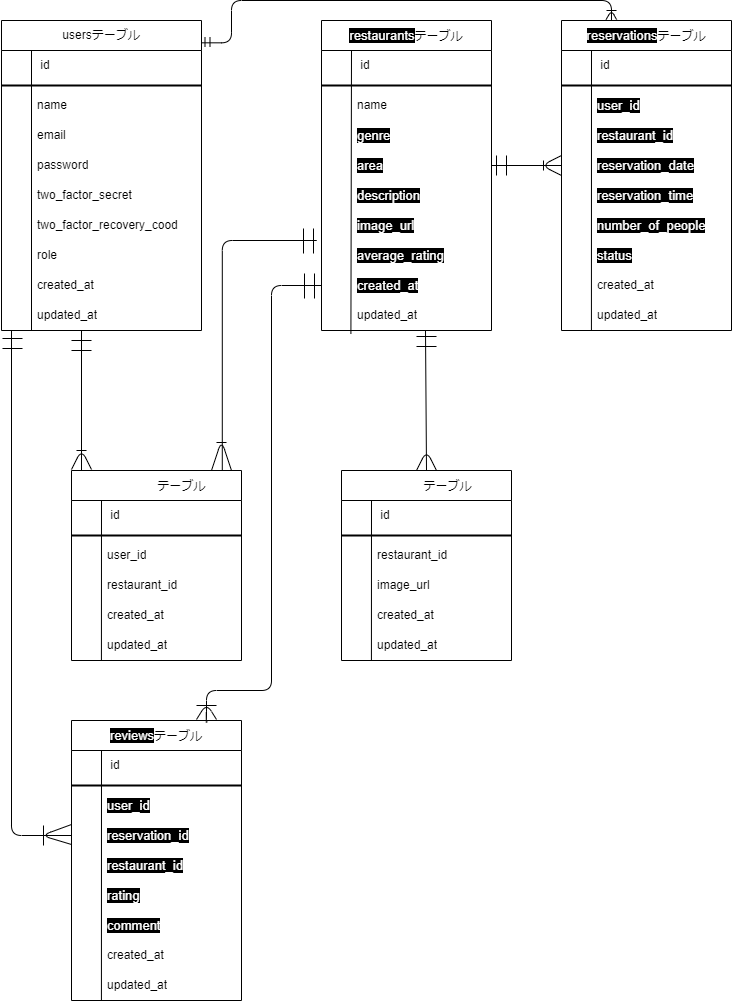
This is src/index.drawio.png from simanuki0923/Reservation-System, a draw.io export, as it was before one commit. Source tidied: cells renumbered, new cells last; positions are measured from the earlier drawing's top-left corner, leaving out a move shared by most shapes.
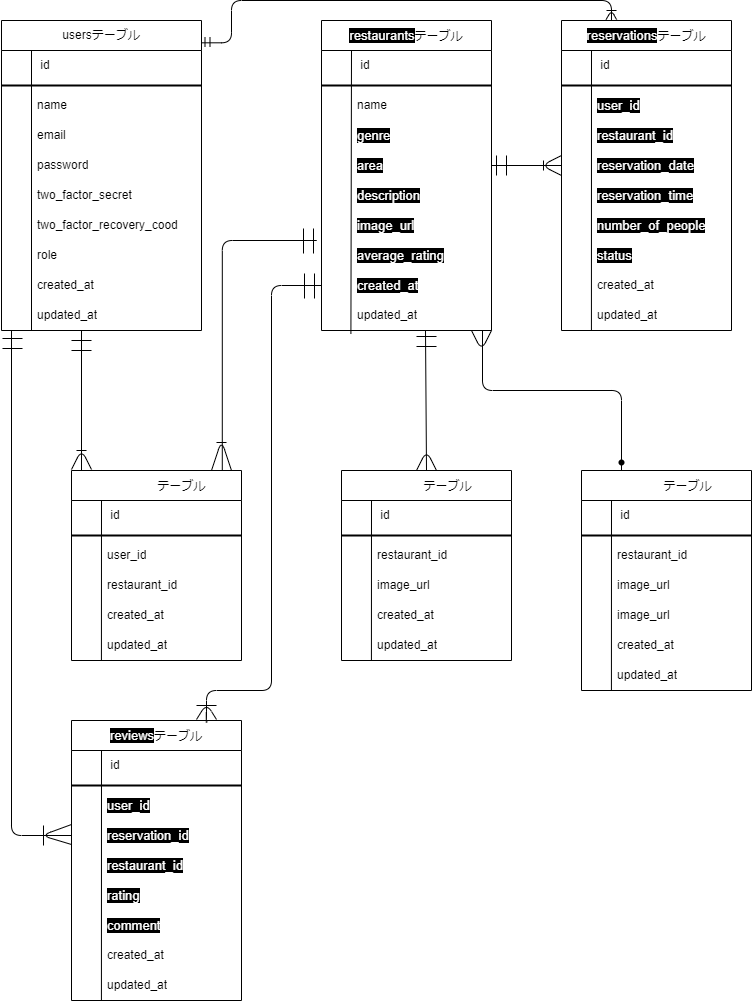
Later version of the same file.

Diff of the diagram source:
```diff
@@ -368,5 +368,56 @@
         </Array>
       </mxGeometry>
     </mxCell>
+    <mxCell id="92" value="&lt;div style=&quot;text-align: start;&quot;&gt;&lt;span style=&quot;background-color: initial;&quot;&gt;&lt;font face=&quot;Arial&quot; color=&quot;#ffffff&quot;&gt;&lt;span style=&quot;font-size: 13.3333px;&quot;&gt;admins&lt;/span&gt;&lt;/font&gt;テーブル&lt;/span&gt;&lt;/div&gt;" style="swimlane;fontStyle=0;horizontal=1;startSize=30;whiteSpace=wrap;html=1;" parent="1" vertex="1">
+      <mxGeometry x="580" y="470" width="170" height="220" as="geometry" />
+    </mxCell>
+    <mxCell id="93" value="&amp;nbsp; &amp;nbsp; &amp;nbsp; &amp;nbsp; &amp;nbsp; id" style="text;strokeColor=none;fillColor=none;align=left;verticalAlign=middle;spacingLeft=4;spacingRight=4;overflow=hidden;whiteSpace=wrap;html=1;" parent="92" vertex="1">
+      <mxGeometry y="30" width="170" height="30" as="geometry" />
+    </mxCell>
+    <mxCell id="94" style="line;strokeWidth=2;html=1;" parent="92" vertex="1">
+      <mxGeometry y="60" width="170" height="10" as="geometry" />
+    </mxCell>
+    <mxCell id="95" style="endArrow=none;html=1;exitX=0.176;exitY=1;exitDx=0;exitDy=0;exitPerimeter=0;" parent="92" edge="1" source="100">
+      <mxGeometry relative="1" as="geometry">
+        <mxPoint x="30" y="30" as="targetPoint" />
+      </mxGeometry>
+    </mxCell>
+    <mxCell id="96" value="&amp;nbsp; &amp;nbsp; &amp;nbsp; &amp;nbsp; &amp;nbsp;restaurant_id" style="text;strokeColor=none;fillColor=none;align=left;verticalAlign=middle;spacingLeft=4;spacingRight=4;overflow=hidden;whiteSpace=wrap;html=1;" parent="92" vertex="1">
+      <mxGeometry y="70" width="170" height="30" as="geometry" />
+    </mxCell>
+    <mxCell id="97" value="&amp;nbsp; &amp;nbsp; &amp;nbsp; &amp;nbsp; &amp;nbsp;image_url" style="text;strokeColor=none;fillColor=none;align=left;verticalAlign=middle;spacingLeft=4;spacingRight=4;overflow=hidden;whiteSpace=wrap;html=1;" parent="92" vertex="1">
+      <mxGeometry y="100" width="170" height="30" as="geometry" />
+    </mxCell>
+    <mxCell id="98" value="&amp;nbsp; &amp;nbsp; &amp;nbsp; &amp;nbsp; &amp;nbsp;image_url" style="text;strokeColor=none;fillColor=none;align=left;verticalAlign=middle;spacingLeft=4;spacingRight=4;overflow=hidden;whiteSpace=wrap;html=1;" parent="92" vertex="1">
+      <mxGeometry y="130" width="170" height="30" as="geometry" />
+    </mxCell>
+    <mxCell id="99" value="&amp;nbsp; &amp;nbsp; &amp;nbsp; &amp;nbsp; &amp;nbsp;created_at" style="text;strokeColor=none;fillColor=none;align=left;verticalAlign=middle;spacingLeft=4;spacingRight=4;overflow=hidden;whiteSpace=wrap;html=1;" parent="92" vertex="1">
+      <mxGeometry y="160" width="170" height="30" as="geometry" />
+    </mxCell>
+    <mxCell id="100" value="&amp;nbsp; &amp;nbsp; &amp;nbsp; &amp;nbsp; &amp;nbsp;updated_at" style="text;strokeColor=none;fillColor=none;align=left;verticalAlign=middle;spacingLeft=4;spacingRight=4;overflow=hidden;points=[[0,0.5],[1,0.5]];portConstraint=eastwest;whiteSpace=wrap;html=1;" parent="92" vertex="1">
+      <mxGeometry y="190" width="170" height="30" as="geometry" />
+    </mxCell>
+    <mxCell id="101" style="endArrow=none;html=1;edgeStyle=orthogonalEdgeStyle;" parent="1" edge="1">
+      <mxGeometry relative="1" as="geometry">
+        <mxPoint x="620" y="470" as="sourcePoint" />
+        <mxPoint x="480" y="330" as="targetPoint" />
+        <Array as="points">
+          <mxPoint x="620" y="390" />
+          <mxPoint x="481" y="390" />
+        </Array>
+      </mxGeometry>
+    </mxCell>
+    <mxCell id="102" style="endArrow=none;html=1;" parent="1" edge="1">
+      <mxGeometry relative="1" as="geometry">
+        <mxPoint x="470" y="330" as="sourcePoint" />
+        <mxPoint x="490" y="330" as="targetPoint" />
+        <Array as="points">
+          <mxPoint x="480" y="350" />
+        </Array>
+      </mxGeometry>
+    </mxCell>
+    <mxCell id="103" style="shape=waypoint;sketch=0;fillStyle=solid;size=6;fillColor=none;perimeter=centerPerimeter;" parent="1" vertex="1">
+      <mxGeometry x="610" y="452" width="20" height="20" as="geometry" />
+    </mxCell>
   </root>
 </mxGraphModel>
```
